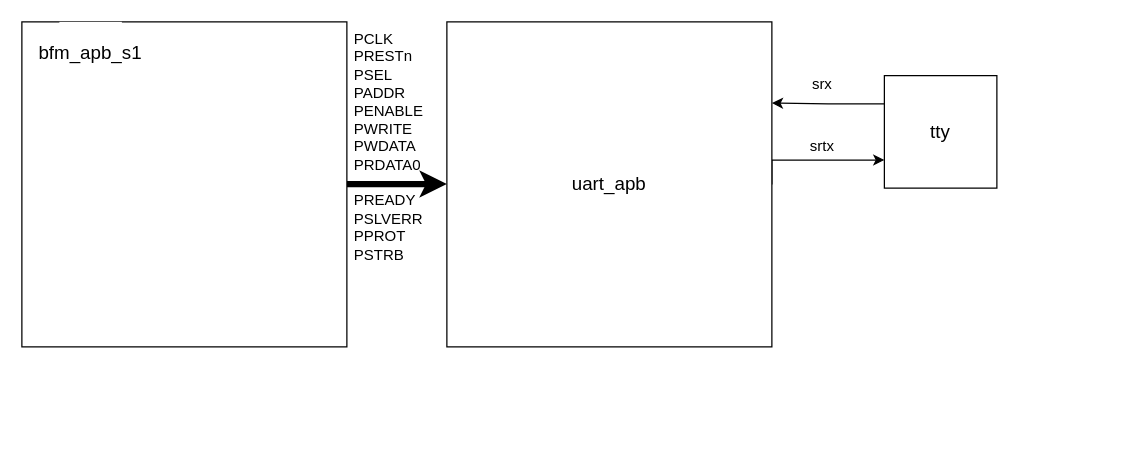
The draw.io diagram 未命名绘图.drawio in zhifanhe/GitBook-Demo, before the edit. Source tidied: cells renumbered, new cells numbered last; positions are measured from the earlier drawing's top-left corner, leaving out a move shared by most shapes. Both pictures are drawn from the tidied source at 125%, with x=0, y=0 at pixel (21, 21).
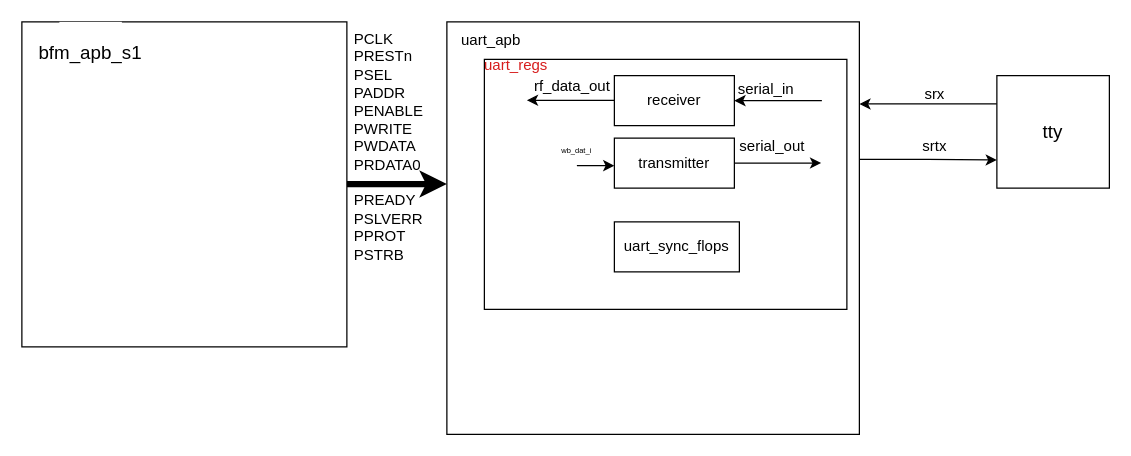
After the change.

Commit message:
更新未命名绘图.drawio

What changed in the source:
```diff
@@
-    <mxCell id="2" style="edgeStyle=orthogonalEdgeStyle;rounded=0;jettySize=auto;html=1;exitX=0;exitY=0.25;exitDx=0;exitDy=0;strokeColor=default;entryX=1;entryY=0.25;entryDx=0;entryDy=0;" parent="1" edge="1" source="5" target="4">
-      <mxGeometry relative="1" as="geometry" />
-    </mxCell>
     <mxCell id="3" style="edgeStyle=orthogonalEdgeStyle;rounded=0;jettySize=auto;html=1;exitX=1;exitY=0.5;exitDx=0;exitDy=0;entryX=0;entryY=0.75;entryDx=0;entryDy=0;" parent="1" edge="1" source="4" target="5">
       <mxGeometry relative="1" as="geometry">
         <Array as="points">
-          <mxPoint x="600" y="111" />
+          <mxPoint x="670" y="110" />
+          <mxPoint x="725" y="110" />
         </Array>
       </mxGeometry>
     </mxCell>
-    <mxCell id="4" value="&lt;p style=&quot;line-height: 100%;&quot;&gt;&lt;font style=&quot;font-size: 15px;&quot;&gt;uart_apb&lt;/font&gt;&lt;/p&gt;" style="whiteSpace=wrap;html=1;align=center;" parent="1" vertex="1">
-      <mxGeometry x="340" width="260" height="260" as="geometry" />
+    <mxCell id="4" value="&lt;p style=&quot;line-height: 100%;&quot;&gt;&lt;br&gt;&lt;/p&gt;" style="whiteSpace=wrap;html=1;align=center;" parent="1" vertex="1">
+      <mxGeometry x="340" width="330" height="330" as="geometry" />
     </mxCell>
+    <mxCell id="2" style="edgeStyle=orthogonalEdgeStyle;rounded=0;jettySize=auto;html=1;exitX=0;exitY=0.25;exitDx=0;exitDy=0;entryX=1;entryY=0.199;entryDx=0;entryDy=0;entryPerimeter=0;" parent="1" edge="1" source="5" target="4">
+      <mxGeometry relative="1" as="geometry" />
+    </mxCell>
     <mxCell id="5" value="&lt;p style=&quot;line-height: 100%;&quot;&gt;&lt;span style=&quot;font-size: 15px;&quot;&gt;tty&lt;/span&gt;&lt;/p&gt;" style="whiteSpace=wrap;html=1;align=center;" parent="1" vertex="1">
-      <mxGeometry x="690" y="43" width="90" height="90" as="geometry" />
+      <mxGeometry x="780" y="43" width="90" height="90" as="geometry" />
     </mxCell>
@@
     <mxCell id="10" value="srx" style="text;html=1;align=center;verticalAlign=middle;strokeColor=none;fillColor=none;" parent="1" vertex="1">
-      <mxGeometry x="620" y="35" width="40" height="30" as="geometry" />
+      <mxGeometry x="710" y="43" width="40" height="30" as="geometry" />
     </mxCell>
     <mxCell id="11" value="srtx" style="text;html=1;align=center;verticalAlign=middle;strokeColor=none;fillColor=none;" parent="1" vertex="1">
-      <mxGeometry x="620" y="85" width="40" height="30" as="geometry" />
+      <mxGeometry x="710" y="85" width="40" height="30" as="geometry" />
     </mxCell>
+    <mxCell id="12" value="uart_apb" style="text;html=1;align=center;verticalAlign=middle;strokeColor=none;fillColor=none;" parent="1" vertex="1">
+      <mxGeometry x="340" width="70" height="30" as="geometry" />
+    </mxCell>
+    <mxCell id="13" style="rounded=0;whiteSpace=wrap;html=1;" parent="1" vertex="1">
+      <mxGeometry x="370" y="30" width="290" height="200" as="geometry" />
+    </mxCell>
+    <mxCell id="14" value="uart_regs" style="text;html=1;align=center;verticalAlign=middle;fontColor=#d71d1d;" parent="1" vertex="1">
+      <mxGeometry x="360" y="20" width="70" height="30" as="geometry" />
+    </mxCell>
+    <mxCell id="15" value="transmitter" style="rounded=0;whiteSpace=wrap;html=1;" parent="1" vertex="1">
+      <mxGeometry x="474" y="93" width="96" height="40" as="geometry" />
+    </mxCell>
+    <mxCell id="16" value="uart_sync_flops" style="rounded=0;whiteSpace=wrap;html=1;" parent="1" vertex="1">
+      <mxGeometry x="474" y="160" width="100" height="40" as="geometry" />
+    </mxCell>
+    <mxCell id="17" value="receiver" style="rounded=0;whiteSpace=wrap;html=1;" parent="1" vertex="1">
+      <mxGeometry x="474" y="43" width="96" height="40" as="geometry" />
+    </mxCell>
+    <mxCell id="18" style="endArrow=classic;html=1;rounded=0;" parent="1" edge="1">
+      <mxGeometry relative="1" as="geometry">
+        <mxPoint x="444" y="115" as="sourcePoint" />
+        <mxPoint x="474" y="115" as="targetPoint" />
+      </mxGeometry>
+    </mxCell>
+    <mxCell id="19" value="&lt;font style=&quot;font-size: 6px;&quot;&gt;wb_dat_i&lt;/font&gt;" style="text;html=1;strokeColor=none;fillColor=none;align=center;verticalAlign=middle;whiteSpace=wrap;rounded=0;fontSize=6;" parent="1" vertex="1">
+      <mxGeometry x="414" y="88" width="60" height="30" as="geometry" />
+    </mxCell>
+    <mxCell id="20" value="serial_out" style="text;html=1;align=center;verticalAlign=middle;points=[];strokeColor=none;fillColor=none;" parent="1" vertex="1">
+      <mxGeometry x="560" y="85" width="80" height="30" as="geometry" />
+    </mxCell>
+    <mxCell id="21" style="endArrow=classic;html=1;rounded=0;exitX=1;exitY=0.5;exitDx=0;exitDy=0;entryX=0.993;entryY=0.93;entryDx=0;entryDy=0;entryPerimeter=0;" parent="1" edge="1" source="15" target="20">
+      <mxGeometry relative="1" as="geometry" />
+    </mxCell>
+    <mxCell id="22" style="endArrow=classic;html=1;rounded=0;entryX=1;entryY=0.5;entryDx=0;entryDy=0;" parent="1" edge="1" target="17">
+      <mxGeometry relative="1" as="geometry">
+        <mxPoint x="640" y="63" as="sourcePoint" />
+      </mxGeometry>
+    </mxCell>
+    <mxCell id="23" value="serial_in" style="text;html=1;align=center;verticalAlign=middle;strokeColor=none;fillColor=none;" parent="1" vertex="1">
+      <mxGeometry x="560" y="39" width="70" height="30" as="geometry" />
+    </mxCell>
+    <mxCell id="24" value="rf_data_out" style="text;html=1;align=center;verticalAlign=middle;strokeColor=none;fillColor=none;" parent="1" vertex="1">
+      <mxGeometry x="400" y="37" width="80" height="30" as="geometry" />
+    </mxCell>
+    <mxCell id="25" style="endArrow=classic;html=1;rounded=0;entryX=1;entryY=0.5;entryDx=0;entryDy=0;" parent="1" edge="1">
+      <mxGeometry relative="1" as="geometry">
+        <mxPoint x="474" y="62.7" as="sourcePoint" />
+        <mxPoint x="404" y="62.7" as="targetPoint" />
+      </mxGeometry>
+    </mxCell>
```
